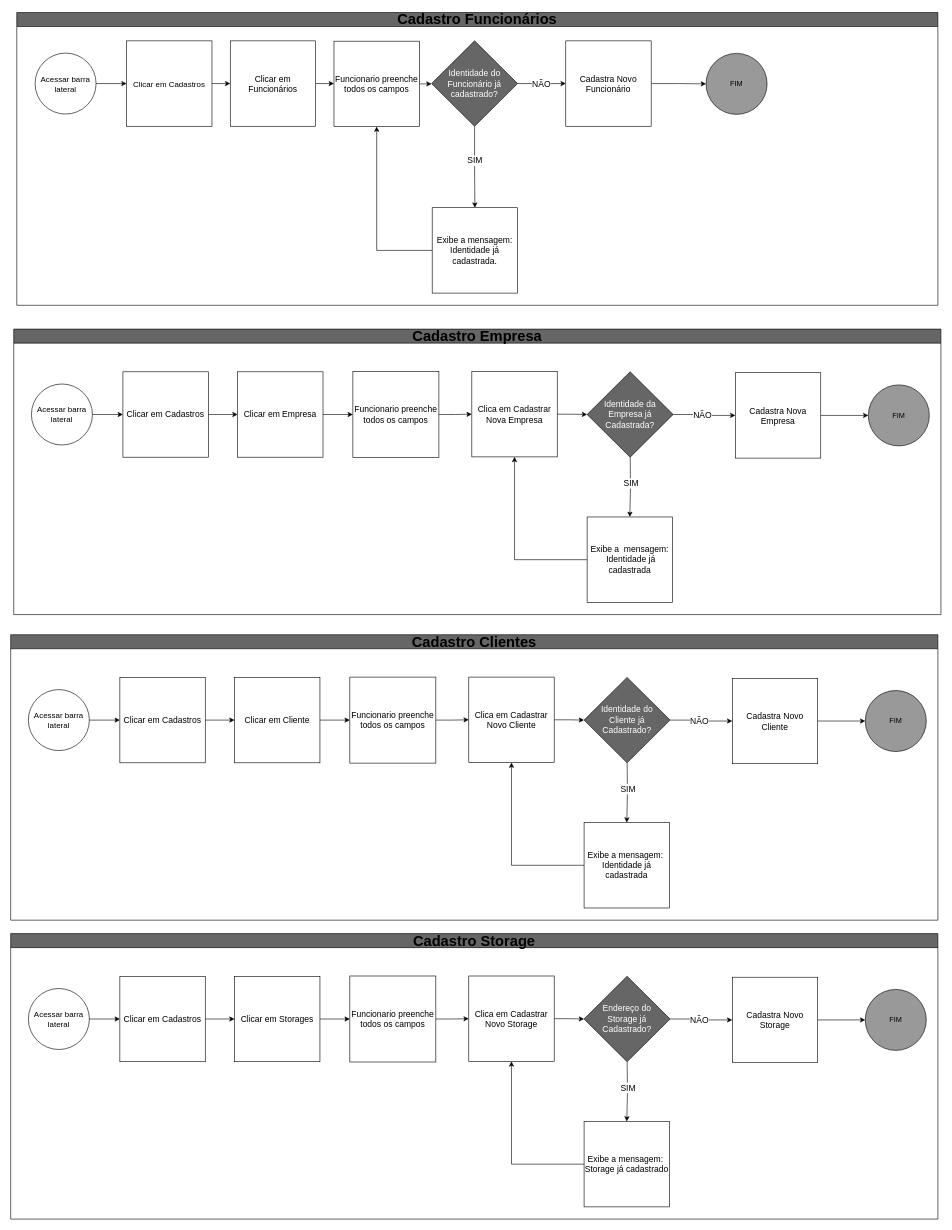
Before: page "Cadastro-Funcionário" (1 of 4) of fluxogramas/YS-Fluxo.drawio in eothigas/YS_Storage, a draw.io diagram. Source tidied: cells renumbered, new cells numbered last; positions are measured from the earlier drawing's top-left corner, leaving out a move shared by most shapes. Both pictures are drawn from the tidied source at 61%, with x=0, y=0 at pixel (10, 12).
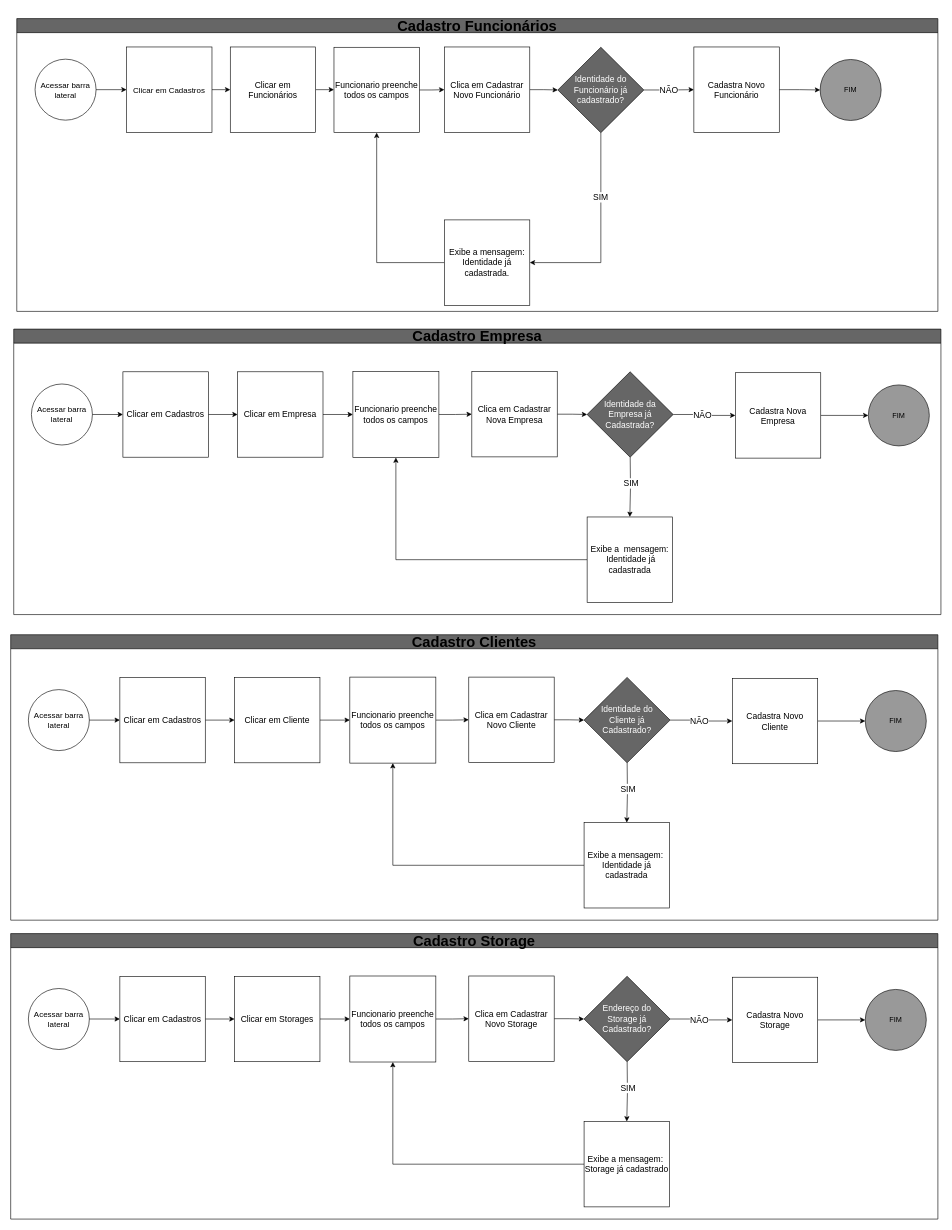
The same diagram, later.

The change refers to these unchanged cells:
```xml
<mxCell id="10" value="&lt;span style=&quot;font-size: 14px;&quot;&gt;Funcionario preenche todos os campos&lt;/span&gt;" style="whiteSpace=wrap;html=1;" parent="2" vertex="1">
  <mxGeometry x="520" y="47" width="140" height="140" as="geometry" />
</mxCell>
<mxCell id="21" value="&lt;font style=&quot;font-size: 24px;&quot;&gt;Cadastro Empresa&lt;/font&gt;" style="swimlane;whiteSpace=wrap;html=1;fillColor=#666666;startSize=23;" parent="1" vertex="1">
  <mxGeometry x="5" y="519" width="1520" height="468" as="geometry" />
</mxCell>
<mxCell id="29" value="&lt;span style=&quot;font-size: 14px;&quot;&gt;Funcionario preenche todos os campos&lt;/span&gt;" style="whiteSpace=wrap;html=1;" parent="21" vertex="1">
  <mxGeometry x="556" y="69.5" width="141" height="141" as="geometry" />
</mxCell>
<mxCell id="31" value="&lt;span style=&quot;font-size: 14px;&quot;&gt;Clica em Cadastrar Nova Empresa&lt;/span&gt;" style="whiteSpace=wrap;html=1;" parent="21" vertex="1">
  <mxGeometry x="751" y="69.5" width="140" height="140" as="geometry" />
</mxCell>
<mxCell id="38" value="&lt;span style=&quot;font-size: 14px;&quot;&gt;Exibe a&amp;nbsp; mensagem:&lt;br&gt;&amp;nbsp;&lt;/span&gt;&lt;span style=&quot;font-size: 14px;&quot;&gt;Identidade já cadastrada&lt;/span&gt;" style="whiteSpace=wrap;html=1;" parent="21" vertex="1">
  <mxGeometry x="940" y="308" width="140" height="140" as="geometry" />
</mxCell>
<mxCell id="46" value="&lt;font style=&quot;font-size: 24px;&quot;&gt;Cadastro Clientes&lt;/font&gt;" style="swimlane;whiteSpace=wrap;html=1;fillColor=#666666;startSize=23;" parent="1" vertex="1">
  <mxGeometry y="1020" width="1520" height="468" as="geometry" />
</mxCell>
<mxCell id="54" value="&lt;span style=&quot;font-size: 14px;&quot;&gt;Funcionario preenche todos os campos&lt;/span&gt;" style="whiteSpace=wrap;html=1;" parent="46" vertex="1">
  <mxGeometry x="556" y="69.5" width="141" height="141" as="geometry" />
</mxCell>
<mxCell id="56" value="&lt;span style=&quot;font-size: 14px;&quot;&gt;Clica em Cadastrar Novo Cliente&lt;/span&gt;" style="whiteSpace=wrap;html=1;" parent="46" vertex="1">
  <mxGeometry x="751" y="69.5" width="140" height="140" as="geometry" />
</mxCell>
<mxCell id="63" value="&lt;span style=&quot;font-size: 14px;&quot;&gt;Exibe a mensagem:&lt;/span&gt;&lt;span style=&quot;font-size: 14px;&quot;&gt;&amp;nbsp;&lt;br&gt;Identidade já cadastrada&lt;/span&gt;" style="whiteSpace=wrap;html=1;" parent="46" vertex="1">
  <mxGeometry x="940" y="308" width="140" height="140" as="geometry" />
</mxCell>
<mxCell id="67" value="&lt;font style=&quot;font-size: 24px;&quot;&gt;Cadastro Storage&lt;/font&gt;" style="swimlane;whiteSpace=wrap;html=1;fillColor=#666666;startSize=23;" parent="1" vertex="1">
  <mxGeometry y="1510" width="1520" height="468" as="geometry" />
</mxCell>
<mxCell id="75" value="&lt;span style=&quot;font-size: 14px;&quot;&gt;Funcionario preenche todos os campos&lt;/span&gt;" style="whiteSpace=wrap;html=1;" parent="67" vertex="1">
  <mxGeometry x="556" y="69.5" width="141" height="141" as="geometry" />
</mxCell>
<mxCell id="77" value="&lt;span style=&quot;font-size: 14px;&quot;&gt;Clica em Cadastrar Novo Storage&lt;/span&gt;" style="whiteSpace=wrap;html=1;" parent="67" vertex="1">
  <mxGeometry x="751" y="69.5" width="140" height="140" as="geometry" />
</mxCell>
<mxCell id="84" value="&lt;span style=&quot;font-size: 14px;&quot;&gt;Exibe a mensagem:&lt;/span&gt;&lt;span style=&quot;font-size: 14px;&quot;&gt;&amp;nbsp;&lt;br&gt;Storage já cadastrado&lt;/span&gt;" style="whiteSpace=wrap;html=1;" parent="67" vertex="1">
  <mxGeometry x="940" y="308" width="140" height="140" as="geometry" />
</mxCell>
```

Change to the diagram source:
```diff
@@
     <mxCell id="2" value="&lt;font style=&quot;font-size: 24px;&quot;&gt;Cadastro Funcionários&lt;/font&gt;" style="swimlane;whiteSpace=wrap;html=1;fillColor=#666666;" parent="1" vertex="1">
-      <mxGeometry x="10" width="1510" height="480" as="geometry" />
+      <mxGeometry x="10" y="10" width="1510" height="480" as="geometry" />
     </mxCell>
@@
-    <mxCell id="9" style="edgeStyle=orthogonalEdgeStyle;rounded=0;jettySize=auto;html=1;exitX=1;exitY=0.5;exitDx=0;exitDy=0;entryX=0;entryY=0.5;entryDx=0;entryDy=0;" parent="2" edge="1" source="10" target="17">
-      <mxGeometry relative="1" as="geometry" />
-    </mxCell>
+    <mxCell id="88" style="edgeStyle=orthogonalEdgeStyle;rounded=0;jettySize=auto;html=1;exitX=1;exitY=0.5;exitDx=0;exitDy=0;entryX=0;entryY=0.5;entryDx=0;entryDy=0;" parent="2" edge="1" source="10" target="90">
+      <mxGeometry relative="1" as="geometry" />
+    </mxCell>
@@
     <mxCell id="12" value="&lt;span style=&quot;font-size: 14px;&quot;&gt;Exibe a mensagem: Identidade já cadastrada.&lt;/span&gt;" style="whiteSpace=wrap;html=1;" parent="2" vertex="1">
-      <mxGeometry x="681" y="320" width="140" height="140" as="geometry" />
+      <mxGeometry x="701" y="330" width="140" height="140" as="geometry" />
     </mxCell>
+    <mxCell id="15" style="edgeStyle=orthogonalEdgeStyle;rounded=0;jettySize=auto;html=1;" parent="2" edge="1" source="17" target="19">
+      <mxGeometry relative="1" as="geometry" />
+    </mxCell>
+    <mxCell id="16" value="&lt;font style=&quot;font-size: 14px;&quot;&gt;NÃO&lt;/font&gt;" style="edgeLabel;html=1;align=center;verticalAlign=middle;" parent="15" vertex="1">
+      <mxGeometry x="-0.04" y="-2" relative="1" as="geometry">
+        <mxPoint y="-2" as="offset" />
+      </mxGeometry>
+    </mxCell>
-    <mxCell id="13" style="edgeStyle=orthogonalEdgeStyle;rounded=0;jettySize=auto;html=1;" parent="2" edge="1" source="17" target="12">
+    <mxCell id="13" style="edgeStyle=orthogonalEdgeStyle;rounded=0;jettySize=auto;html=1;exitX=0.5;exitY=1;exitDx=0;exitDy=0;entryX=1;entryY=0.5;entryDx=0;entryDy=0;" parent="2" edge="1" source="17" target="12">
       <mxGeometry relative="1" as="geometry" />
     </mxCell>
     <mxCell id="14" value="&lt;font style=&quot;font-size: 14px;&quot;&gt;SIM&lt;/font&gt;" style="edgeLabel;html=1;align=center;verticalAlign=middle;" parent="13" vertex="1">
-      <mxGeometry x="-0.16" y="3" relative="1" as="geometry">
-        <mxPoint x="-3" as="offset" />
-      </mxGeometry>
+      <mxGeometry x="-0.36" y="-1" relative="1" as="geometry" />
     </mxCell>
-    <mxCell id="15" style="edgeStyle=orthogonalEdgeStyle;rounded=0;jettySize=auto;html=1;" parent="2" edge="1" source="17" target="19">
-      <mxGeometry relative="1" as="geometry" />
-    </mxCell>
-    <mxCell id="16" value="&lt;font style=&quot;font-size: 14px;&quot;&gt;NÃO&lt;/font&gt;" style="edgeLabel;html=1;align=center;verticalAlign=middle;" parent="15" vertex="1">
-      <mxGeometry x="-0.04" y="-2" relative="1" as="geometry">
-        <mxPoint y="-2" as="offset" />
-      </mxGeometry>
-    </mxCell>
     <mxCell id="17" value="&lt;span style=&quot;color: rgb(255, 255, 255); font-size: 14px;&quot;&gt;Identidade do Funcionário já cadastrado?&lt;/span&gt;" style="rhombus;whiteSpace=wrap;html=1;fillColor=#666666;" parent="2" vertex="1">
-      <mxGeometry x="680" y="46.5" width="141" height="140" as="geometry" />
+      <mxGeometry x="887" y="47" width="141" height="140" as="geometry" />
     </mxCell>
@@
     <mxCell id="19" value="&lt;span style=&quot;font-size: 14px;&quot;&gt;Cadastra Novo Funcionário&lt;/span&gt;" style="whiteSpace=wrap;html=1;" parent="2" vertex="1">
-      <mxGeometry x="900" y="46.5" width="140" height="140" as="geometry" />
+      <mxGeometry x="1110" y="46.5" width="140" height="140" as="geometry" />
     </mxCell>
     <mxCell id="20" value="FIM" style="ellipse;whiteSpace=wrap;html=1;fillColor=#999999;" parent="2" vertex="1">
-      <mxGeometry x="1130" y="67" width="100" height="100" as="geometry" />
+      <mxGeometry x="1317" y="67" width="100" height="100" as="geometry" />
     </mxCell>
+    <mxCell id="89" style="edgeStyle=orthogonalEdgeStyle;rounded=0;jettySize=auto;html=1;" parent="2" edge="1" source="90" target="17">
+      <mxGeometry relative="1" as="geometry" />
+    </mxCell>
+    <mxCell id="90" value="&lt;span style=&quot;font-size: 14px;&quot;&gt;Clica em Cadastrar Novo Funcionário&lt;/span&gt;" style="whiteSpace=wrap;html=1;" parent="2" vertex="1">
+      <mxGeometry x="701" y="46.5" width="140" height="140" as="geometry" />
+    </mxCell>
@@
-    <mxCell id="37" style="edgeStyle=orthogonalEdgeStyle;rounded=0;jettySize=auto;html=1;exitX=0;exitY=0.5;exitDx=0;exitDy=0;entryX=0.5;entryY=1;entryDx=0;entryDy=0;" parent="21" edge="1" source="38" target="31">
-      <mxGeometry relative="1" as="geometry" />
-    </mxCell>
+    <mxCell id="91" style="edgeStyle=orthogonalEdgeStyle;rounded=0;jettySize=auto;html=1;exitX=0;exitY=0.5;exitDx=0;exitDy=0;" parent="21" edge="1" source="38" target="29">
+      <mxGeometry relative="1" as="geometry" />
+    </mxCell>
@@
-    <mxCell id="62" style="edgeStyle=orthogonalEdgeStyle;rounded=0;jettySize=auto;html=1;exitX=0;exitY=0.5;exitDx=0;exitDy=0;entryX=0.5;entryY=1;entryDx=0;entryDy=0;" parent="46" edge="1" source="63" target="56">
-      <mxGeometry relative="1" as="geometry" />
-    </mxCell>
+    <mxCell id="92" style="edgeStyle=orthogonalEdgeStyle;rounded=0;jettySize=auto;html=1;exitX=0;exitY=0.5;exitDx=0;exitDy=0;" parent="46" edge="1" source="63" target="54">
+      <mxGeometry relative="1" as="geometry" />
+    </mxCell>
@@
-    <mxCell id="83" style="edgeStyle=orthogonalEdgeStyle;rounded=0;jettySize=auto;html=1;exitX=0;exitY=0.5;exitDx=0;exitDy=0;entryX=0.5;entryY=1;entryDx=0;entryDy=0;" parent="67" edge="1" source="84" target="77">
-      <mxGeometry relative="1" as="geometry" />
-    </mxCell>
+    <mxCell id="93" style="edgeStyle=orthogonalEdgeStyle;rounded=0;jettySize=auto;html=1;exitX=0;exitY=0.5;exitDx=0;exitDy=0;entryX=0.5;entryY=1;entryDx=0;entryDy=0;" parent="67" edge="1" source="84" target="75">
+      <mxGeometry relative="1" as="geometry" />
+    </mxCell>
```
